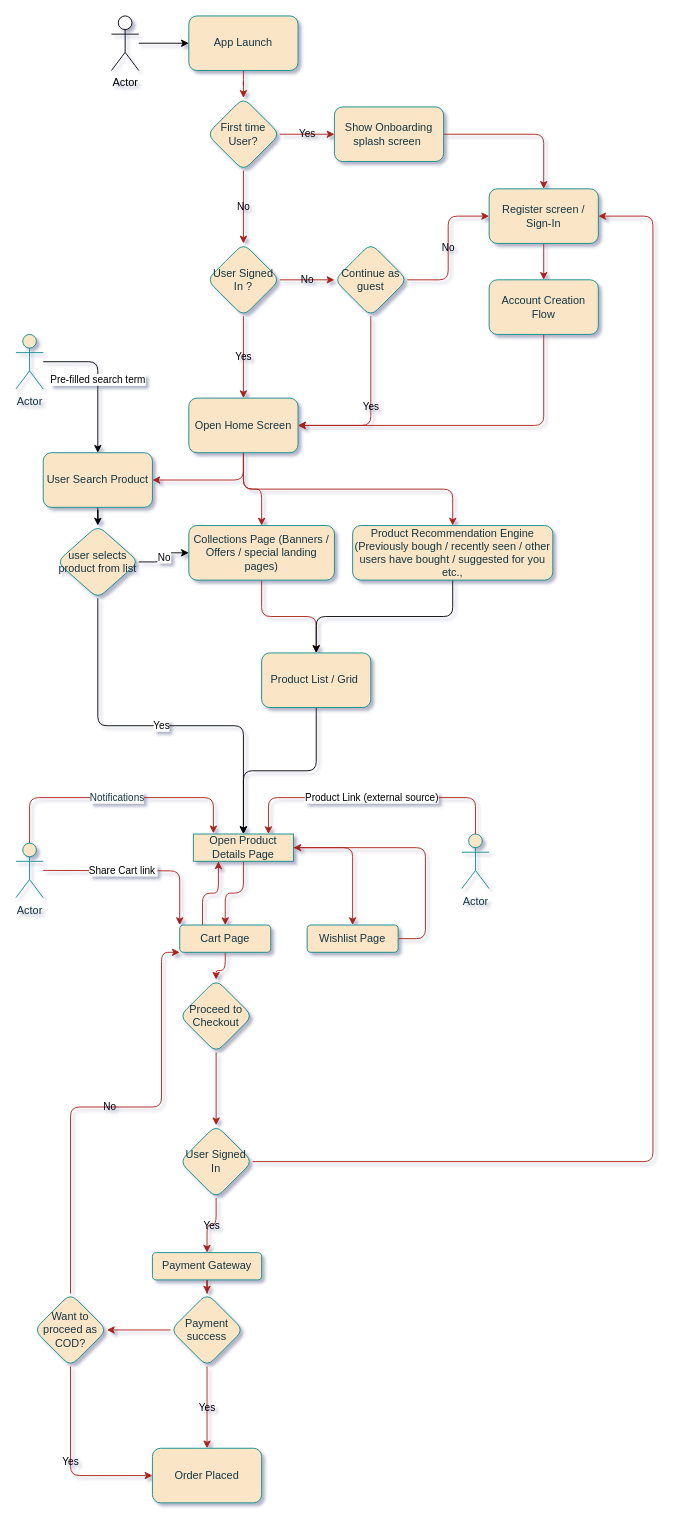
keerthy911/Process keeps this draw.io diagram as Annachy Flow.drawio. Above is the earlier version. Source tidied: cells renumbered, new cells numbered last; positions are measured from the earlier drawing's top-left corner, leaving out a move shared by most shapes. Both pictures are drawn from the tidied source at 91%, with x=0, y=0 at pixel (15, 15).
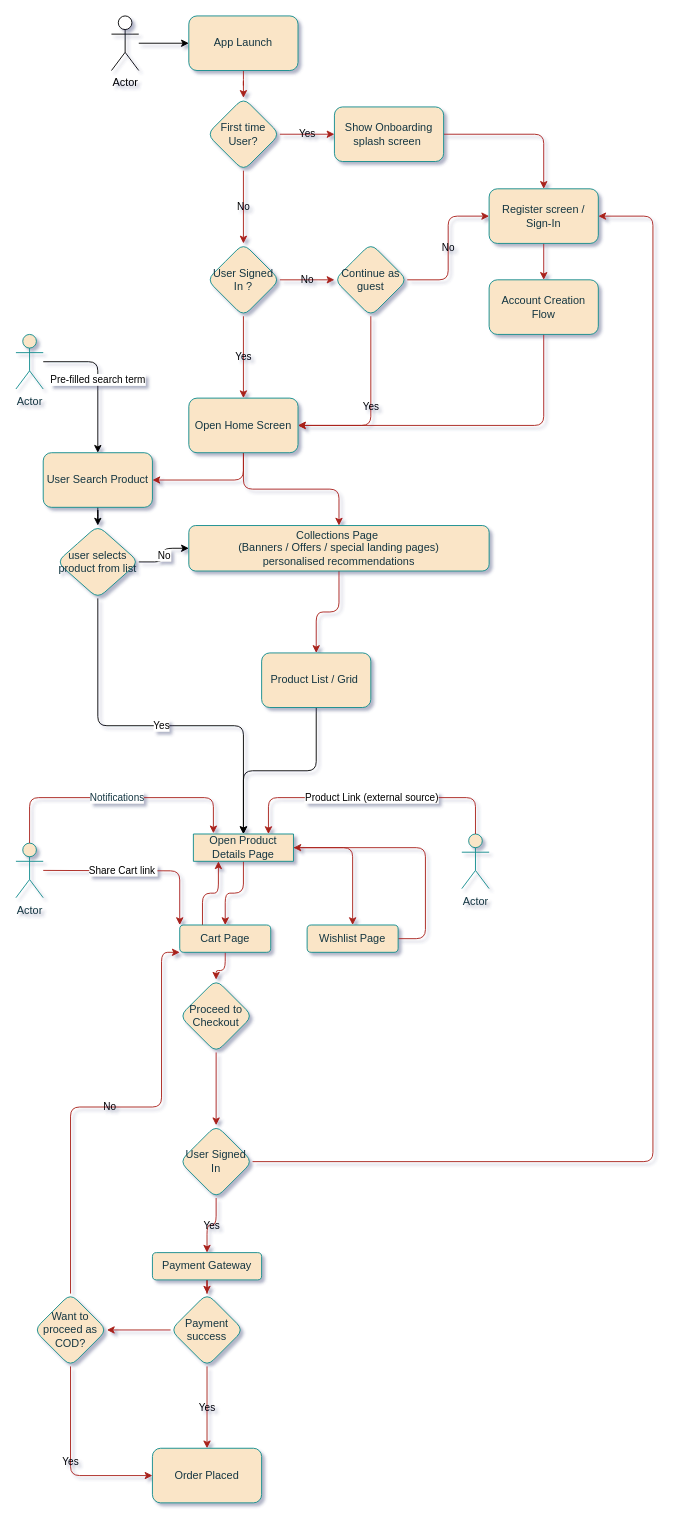
The same page after the edit.

The change refers to these unchanged cells:
```xml
<mxCell id="17" value="Open Home Screen" style="rounded=1;whiteSpace=wrap;html=1;labelBackgroundColor=none;fillColor=#FAE5C7;strokeColor=#0F8B8D;fontColor=#143642;shadow=0;backgroundOutline=0;" parent="1" vertex="1">
  <mxGeometry x="190" y="420" width="120" height="60" as="geometry" />
</mxCell>
<mxCell id="59" value="Product List / Grid&amp;nbsp;" style="whiteSpace=wrap;html=1;fillColor=#FAE5C7;strokeColor=#0F8B8D;fontColor=#143642;rounded=1;labelBackgroundColor=none;shadow=0;" parent="1" vertex="1">
  <mxGeometry x="270" y="700" width="120" height="60" as="geometry" />
</mxCell>
```

Diff of the diagram source:
```diff
@@
-    <mxCell id="16" style="edgeStyle=orthogonalEdgeStyle;rounded=1;jettySize=auto;html=1;exitX=0.5;exitY=1;exitDx=0;exitDy=0;labelBackgroundColor=none;strokeColor=#A8201A;fontColor=default;entryX=0.5;entryY=0;entryDx=0;entryDy=0;shadow=0;backgroundOutline=0;" parent="1" edge="1" source="17" target="25">
-      <mxGeometry relative="1" as="geometry">
-        <Array as="points">
-          <mxPoint x="250" y="520" />
-          <mxPoint x="480" y="520" />
-        </Array>
-      </mxGeometry>
-    </mxCell>
@@
-    <mxCell id="23" value="Collections Page (Banners / Offers / special landing pages)" style="whiteSpace=wrap;html=1;rounded=1;labelBackgroundColor=none;fillColor=#FAE5C7;strokeColor=#0F8B8D;fontColor=#143642;shadow=0;backgroundOutline=0;" parent="1" vertex="1">
-      <mxGeometry x="190" y="560" width="160" height="60" as="geometry" />
+    <mxCell id="23" value="Collections Page&amp;nbsp;&lt;div&gt;&lt;span style=&quot;background-color: transparent; color: light-dark(rgb(20, 54, 66), rgb(173, 202, 213));&quot;&gt;(Banners / Offers / special landing pages)&lt;/span&gt;&lt;/div&gt;&lt;div&gt;&lt;span style=&quot;background-color: transparent; color: light-dark(rgb(20, 54, 66), rgb(173, 202, 213));&quot;&gt;personalised recommendations&lt;/span&gt;&lt;/div&gt;" style="whiteSpace=wrap;html=1;rounded=1;labelBackgroundColor=none;fillColor=#FAE5C7;strokeColor=#0F8B8D;fontColor=#143642;shadow=0;backgroundOutline=0;" parent="1" vertex="1">
+      <mxGeometry x="190" y="560" width="330" height="50" as="geometry" />
     </mxCell>
-    <mxCell id="24" style="edgeStyle=orthogonalEdgeStyle;rounded=1;jettySize=auto;html=1;" parent="1" edge="1" source="25" target="59">
-      <mxGeometry relative="1" as="geometry" />
-    </mxCell>
-    <mxCell id="25" value="Product Recommendation Engine (Previously bough / recently seen / other users have bought / suggested for you etc.," style="whiteSpace=wrap;html=1;rounded=1;labelBackgroundColor=none;fillColor=#FAE5C7;strokeColor=#0F8B8D;fontColor=#143642;shadow=0;backgroundOutline=0;" parent="1" vertex="1">
-      <mxGeometry x="370" y="560" width="220" height="60" as="geometry" />
-    </mxCell>
```
